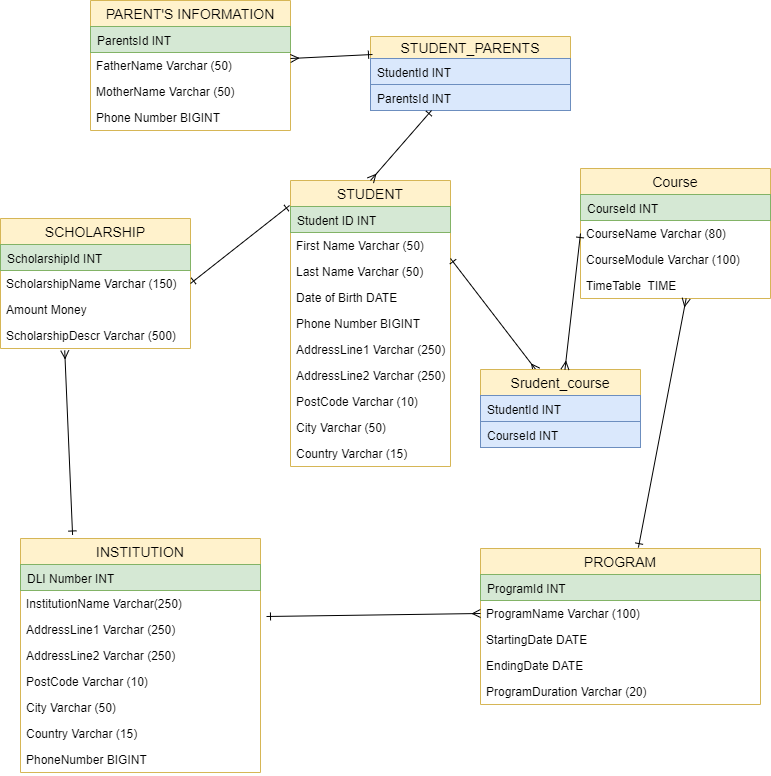
Above: OXYZEN_ERD.PNG.png in roman152375/Student_Record_oxyzen (draw.io), before the change. Source tidied: cells renumbered, new cells last; positions are measured from the earlier drawing's top-left corner, leaving out a move shared by most shapes.
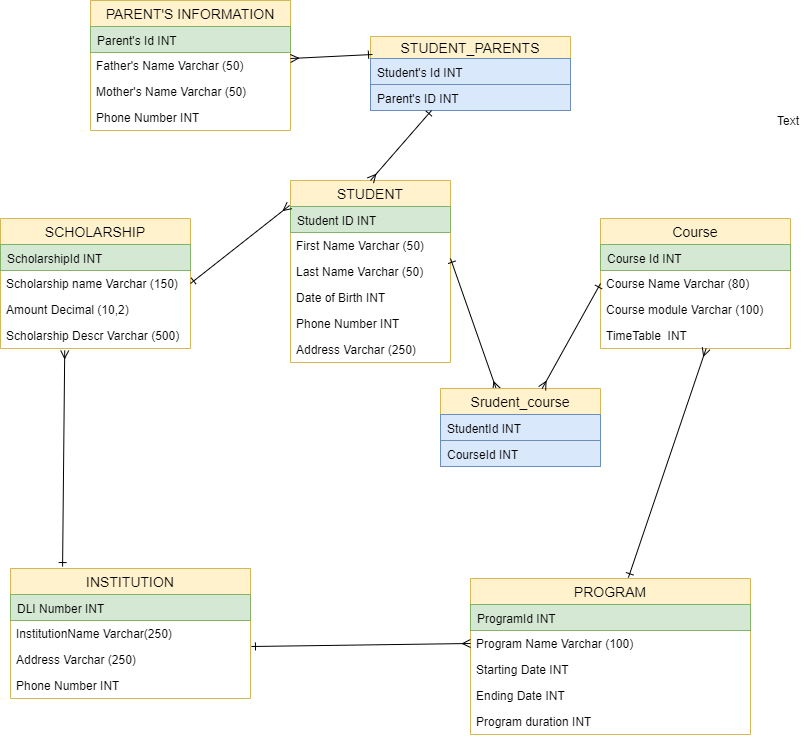
After the change.

Change to the diagram source:
```diff
@@ -3,7 +3,7 @@
     <mxCell id="0" />
     <mxCell id="1" parent="0" />
     <mxCell id="2" value="STUDENT" style="swimlane;fontStyle=0;horizontal=1;startSize=26;fillColor=#fff2cc;swimlaneFillColor=#ffffff;align=center;fontSize=14;strokeColor=#d6b656;" parent="1" vertex="1">
-      <mxGeometry x="290" y="180" width="160" height="286" as="geometry" />
+      <mxGeometry x="290" y="180" width="160" height="182" as="geometry" />
     </mxCell>
     <mxCell id="3" value="Student ID INT" style="text;strokeColor=#82b366;fillColor=#d5e8d4;spacingLeft=4;spacingRight=4;overflow=hidden;points=[[0,0.5],[1,0.5]];portConstraint=eastwest;fontSize=12;" parent="2" vertex="1">
       <mxGeometry y="26" width="160" height="26" as="geometry" />
@@ -14,29 +14,17 @@
     <mxCell id="5" value="Last Name Varchar (50)" style="text;strokeColor=none;fillColor=none;spacingLeft=4;spacingRight=4;overflow=hidden;fontSize=12;" parent="2" vertex="1">
       <mxGeometry y="78" width="160" height="26" as="geometry" />
     </mxCell>
-    <mxCell id="6" value="Date of Birth DATE" style="text;strokeColor=none;fillColor=none;spacingLeft=4;spacingRight=4;overflow=hidden;fontSize=12;" parent="2" vertex="1">
+    <mxCell id="6" value="Date of Birth INT" style="text;strokeColor=none;fillColor=none;spacingLeft=4;spacingRight=4;overflow=hidden;fontSize=12;" parent="2" vertex="1">
       <mxGeometry y="104" width="160" height="26" as="geometry" />
     </mxCell>
-    <mxCell id="7" value="Phone Number BIGINT" style="text;strokeColor=none;fillColor=none;spacingLeft=4;spacingRight=4;overflow=hidden;fontSize=12;" parent="2" vertex="1">
+    <mxCell id="7" value="Phone Number INT" style="text;strokeColor=none;fillColor=none;spacingLeft=4;spacingRight=4;overflow=hidden;fontSize=12;" parent="2" vertex="1">
       <mxGeometry y="130" width="160" height="26" as="geometry" />
     </mxCell>
-    <mxCell id="8" value="AddressLine1 Varchar (250) " style="text;strokeColor=none;fillColor=none;spacingLeft=4;spacingRight=4;overflow=hidden;fontSize=12;" parent="2" vertex="1">
+    <mxCell id="8" value="Address Varchar (250) " style="text;strokeColor=none;fillColor=none;spacingLeft=4;spacingRight=4;overflow=hidden;fontSize=12;" parent="2" vertex="1">
       <mxGeometry y="156" width="160" height="26" as="geometry" />
     </mxCell>
-    <mxCell id="9" value="AddressLine2 Varchar (250)" style="text;strokeColor=none;fillColor=none;spacingLeft=4;spacingRight=4;overflow=hidden;fontSize=12;" parent="2" vertex="1">
-      <mxGeometry y="182" width="160" height="26" as="geometry" />
-    </mxCell>
-    <mxCell id="10" value="PostCode Varchar (10)" style="text;strokeColor=none;fillColor=none;spacingLeft=4;spacingRight=4;overflow=hidden;fontSize=12;" parent="2" vertex="1">
-      <mxGeometry y="208" width="160" height="26" as="geometry" />
-    </mxCell>
-    <mxCell id="11" value="City Varchar (50)" style="text;strokeColor=none;fillColor=none;spacingLeft=4;spacingRight=4;overflow=hidden;fontSize=12;" parent="2" vertex="1">
-      <mxGeometry y="234" width="160" height="26" as="geometry" />
-    </mxCell>
-    <mxCell id="12" value="Country Varchar (15)" style="text;strokeColor=none;fillColor=none;spacingLeft=4;spacingRight=4;overflow=hidden;fontSize=12;" parent="2" vertex="1">
-      <mxGeometry y="260" width="160" height="26" as="geometry" />
-    </mxCell>
     <mxCell id="13" value="INSTITUTION" style="swimlane;fontStyle=0;horizontal=1;startSize=26;fillColor=#fff2cc;swimlaneFillColor=#ffffff;align=center;fontSize=14;strokeColor=#d6b656;" parent="1" vertex="1">
-      <mxGeometry x="20" y="538" width="240" height="234" as="geometry" />
+      <mxGeometry x="10" y="568" width="240" height="130" as="geometry" />
     </mxCell>
     <mxCell id="14" value="DLI Number INT" style="text;strokeColor=#82b366;fillColor=#d5e8d4;spacingLeft=4;spacingRight=4;overflow=hidden;fontSize=12;" parent="13" vertex="1">
       <mxGeometry y="26" width="240" height="26" as="geometry" />
@@ -44,70 +32,58 @@
     <mxCell id="15" value="InstitutionName Varchar(250)" style="text;strokeColor=none;fillColor=none;spacingLeft=4;spacingRight=4;overflow=hidden;points=[[0,0.5],[1,0.5]];portConstraint=eastwest;fontSize=12;" parent="13" vertex="1">
       <mxGeometry y="52" width="240" height="26" as="geometry" />
     </mxCell>
-    <mxCell id="16" value="AddressLine1 Varchar (250)" style="text;strokeColor=none;fillColor=none;spacingLeft=4;spacingRight=4;overflow=hidden;fontSize=12;" parent="13" vertex="1">
-      <mxGeometry y="78" width="240" height="26" as="geometry" />
-    </mxCell>
-    <mxCell id="17" value="AddressLine2 Varchar (250)" style="text;strokeColor=none;fillColor=none;spacingLeft=4;spacingRight=4;overflow=hidden;fontSize=12;" parent="13" vertex="1">
-      <mxGeometry y="104" width="240" height="26" as="geometry" />
+    <mxCell id="17" value="Address Varchar (250)" style="text;strokeColor=none;fillColor=none;spacingLeft=4;spacingRight=4;overflow=hidden;fontSize=12;" parent="13" vertex="1">
+      <mxGeometry y="78" width="240" height="26" as="geometry" />
     </mxCell>
-    <mxCell id="18" value="PostCode Varchar (10)" style="text;strokeColor=none;fillColor=none;spacingLeft=4;spacingRight=4;overflow=hidden;fontSize=12;" parent="13" vertex="1">
-      <mxGeometry y="130" width="240" height="26" as="geometry" />
-    </mxCell>
-    <mxCell id="19" value="City Varchar (50)" style="text;strokeColor=none;fillColor=none;spacingLeft=4;spacingRight=4;overflow=hidden;fontSize=12;" parent="13" vertex="1">
-      <mxGeometry y="156" width="240" height="26" as="geometry" />
-    </mxCell>
-    <mxCell id="20" value="Country Varchar (15)" style="text;strokeColor=none;fillColor=none;spacingLeft=4;spacingRight=4;overflow=hidden;fontSize=12;" parent="13" vertex="1">
-      <mxGeometry y="182" width="240" height="26" as="geometry" />
-    </mxCell>
-    <mxCell id="21" value="PhoneNumber BIGINT" style="text;strokeColor=none;fillColor=none;spacingLeft=4;spacingRight=4;overflow=hidden;fontSize=12;" parent="13" vertex="1">
-      <mxGeometry y="208" width="240" height="26" as="geometry" />
+    <mxCell id="21" value="Phone Number INT" style="text;strokeColor=none;fillColor=none;spacingLeft=4;spacingRight=4;overflow=hidden;fontSize=12;" parent="13" vertex="1">
+      <mxGeometry y="104" width="240" height="26" as="geometry" />
     </mxCell>
     <mxCell id="22" value="Course" style="swimlane;fontStyle=0;horizontal=1;startSize=26;fillColor=#fff2cc;swimlaneFillColor=#ffffff;align=center;fontSize=14;strokeColor=#d6b656;" parent="1" vertex="1">
-      <mxGeometry x="580" y="168" width="190" height="130" as="geometry" />
+      <mxGeometry x="600" y="218" width="190" height="130" as="geometry" />
     </mxCell>
-    <mxCell id="23" value="CourseId INT" style="text;strokeColor=#82b366;fillColor=#d5e8d4;spacingLeft=4;spacingRight=4;overflow=hidden;fontSize=12;" parent="22" vertex="1">
+    <mxCell id="23" value="Course Id INT" style="text;strokeColor=#82b366;fillColor=#d5e8d4;spacingLeft=4;spacingRight=4;overflow=hidden;fontSize=12;" parent="22" vertex="1">
       <mxGeometry y="26" width="190" height="26" as="geometry" />
     </mxCell>
-    <mxCell id="24" value="CourseName Varchar (80)" style="text;strokeColor=none;fillColor=none;spacingLeft=4;spacingRight=4;overflow=hidden;points=[[0,0.5],[1,0.5]];portConstraint=eastwest;fontSize=12;" parent="22" vertex="1">
+    <mxCell id="24" value="Course Name Varchar (80)" style="text;strokeColor=none;fillColor=none;spacingLeft=4;spacingRight=4;overflow=hidden;points=[[0,0.5],[1,0.5]];portConstraint=eastwest;fontSize=12;" parent="22" vertex="1">
       <mxGeometry y="52" width="190" height="26" as="geometry" />
     </mxCell>
-    <mxCell id="25" value="CourseModule Varchar (100)" style="text;strokeColor=none;fillColor=none;spacingLeft=4;spacingRight=4;overflow=hidden;fontSize=12;" parent="22" vertex="1">
+    <mxCell id="25" value="Course module Varchar (100)" style="text;strokeColor=none;fillColor=none;spacingLeft=4;spacingRight=4;overflow=hidden;fontSize=12;" parent="22" vertex="1">
       <mxGeometry y="78" width="190" height="26" as="geometry" />
     </mxCell>
-    <mxCell id="26" value="TimeTable  TIME" style="text;strokeColor=none;fillColor=none;spacingLeft=4;spacingRight=4;overflow=hidden;points=[[0,0.5],[1,0.5]];portConstraint=eastwest;fontSize=12;" parent="22" vertex="1">
+    <mxCell id="26" value="TimeTable  INT" style="text;strokeColor=none;fillColor=none;spacingLeft=4;spacingRight=4;overflow=hidden;points=[[0,0.5],[1,0.5]];portConstraint=eastwest;fontSize=12;" parent="22" vertex="1">
       <mxGeometry y="104" width="190" height="26" as="geometry" />
     </mxCell>
     <mxCell id="27" value="PROGRAM" style="swimlane;fontStyle=0;horizontal=1;startSize=26;fillColor=#fff2cc;swimlaneFillColor=#ffffff;align=center;fontSize=14;strokeColor=#d6b656;" parent="1" vertex="1">
-      <mxGeometry x="480" y="548" width="280" height="156" as="geometry" />
+      <mxGeometry x="470" y="578" width="280" height="156" as="geometry" />
     </mxCell>
     <mxCell id="28" value="ProgramId INT " style="text;strokeColor=#82b366;fillColor=#d5e8d4;spacingLeft=4;spacingRight=4;overflow=hidden;fontSize=12;" parent="27" vertex="1">
       <mxGeometry y="26" width="280" height="26" as="geometry" />
     </mxCell>
-    <mxCell id="29" value="ProgramName Varchar (100)" style="text;strokeColor=none;fillColor=none;spacingLeft=4;spacingRight=4;overflow=hidden;points=[[0,0.5],[1,0.5]];portConstraint=eastwest;fontSize=12;" parent="27" vertex="1">
+    <mxCell id="29" value="Program Name Varchar (100)" style="text;strokeColor=none;fillColor=none;spacingLeft=4;spacingRight=4;overflow=hidden;points=[[0,0.5],[1,0.5]];portConstraint=eastwest;fontSize=12;" parent="27" vertex="1">
       <mxGeometry y="52" width="280" height="26" as="geometry" />
     </mxCell>
-    <mxCell id="30" value="StartingDate DATE" style="text;strokeColor=none;fillColor=none;spacingLeft=4;spacingRight=4;overflow=hidden;fontSize=12;" parent="27" vertex="1">
+    <mxCell id="30" value="Starting Date INT" style="text;strokeColor=none;fillColor=none;spacingLeft=4;spacingRight=4;overflow=hidden;fontSize=12;" parent="27" vertex="1">
       <mxGeometry y="78" width="280" height="26" as="geometry" />
     </mxCell>
-    <mxCell id="31" value="EndingDate DATE" style="text;strokeColor=none;fillColor=none;spacingLeft=4;spacingRight=4;overflow=hidden;fontSize=12;" parent="27" vertex="1">
+    <mxCell id="31" value="Ending Date INT" style="text;strokeColor=none;fillColor=none;spacingLeft=4;spacingRight=4;overflow=hidden;fontSize=12;" parent="27" vertex="1">
       <mxGeometry y="104" width="280" height="26" as="geometry" />
     </mxCell>
-    <mxCell id="32" value="ProgramDuration Varchar (20)" style="text;strokeColor=none;fillColor=none;spacingLeft=4;spacingRight=4;overflow=hidden;fontSize=12;" parent="27" vertex="1">
+    <mxCell id="32" value="Program duration INT" style="text;strokeColor=none;fillColor=none;spacingLeft=4;spacingRight=4;overflow=hidden;fontSize=12;" parent="27" vertex="1">
       <mxGeometry y="130" width="280" height="26" as="geometry" />
     </mxCell>
     <mxCell id="33" value="PARENT'S INFORMATION" style="swimlane;fontStyle=0;horizontal=1;startSize=26;fillColor=#fff2cc;swimlaneFillColor=#ffffff;align=center;fontSize=14;strokeColor=#d6b656;" parent="1" vertex="1">
       <mxGeometry x="90" width="200" height="130" as="geometry" />
     </mxCell>
-    <mxCell id="34" value="ParentsId INT" style="text;strokeColor=#82b366;fillColor=#d5e8d4;spacingLeft=4;spacingRight=4;overflow=hidden;fontSize=12;" parent="33" vertex="1">
+    <mxCell id="34" value="Parent's Id INT" style="text;strokeColor=#82b366;fillColor=#d5e8d4;spacingLeft=4;spacingRight=4;overflow=hidden;fontSize=12;" parent="33" vertex="1">
       <mxGeometry y="26" width="200" height="26" as="geometry" />
     </mxCell>
-    <mxCell id="35" value="FatherName Varchar (50)" style="text;strokeColor=none;fillColor=none;spacingLeft=4;spacingRight=4;overflow=hidden;fontSize=12;" parent="33" vertex="1">
+    <mxCell id="35" value="Father's Name Varchar (50)" style="text;strokeColor=none;fillColor=none;spacingLeft=4;spacingRight=4;overflow=hidden;fontSize=12;" parent="33" vertex="1">
       <mxGeometry y="52" width="200" height="26" as="geometry" />
     </mxCell>
-    <mxCell id="36" value="MotherName Varchar (50)" style="text;strokeColor=none;fillColor=none;spacingLeft=4;spacingRight=4;overflow=hidden;fontSize=12;" parent="33" vertex="1">
+    <mxCell id="36" value="Mother's Name Varchar (50)" style="text;strokeColor=none;fillColor=none;spacingLeft=4;spacingRight=4;overflow=hidden;fontSize=12;" parent="33" vertex="1">
       <mxGeometry y="78" width="200" height="26" as="geometry" />
     </mxCell>
-    <mxCell id="37" value="Phone Number BIGINT" style="text;strokeColor=none;fillColor=none;spacingLeft=4;spacingRight=4;overflow=hidden;fontSize=12;" parent="33" vertex="1">
+    <mxCell id="37" value="Phone Number INT" style="text;strokeColor=none;fillColor=none;spacingLeft=4;spacingRight=4;overflow=hidden;fontSize=12;" parent="33" vertex="1">
       <mxGeometry y="104" width="200" height="26" as="geometry" />
     </mxCell>
     <mxCell id="38" value="SCHOLARSHIP" style="swimlane;fontStyle=0;horizontal=1;startSize=26;fillColor=#fff2cc;swimlaneFillColor=#ffffff;align=center;fontSize=14;strokeColor=#d6b656;" parent="1" vertex="1">
@@ -116,13 +92,13 @@
     <mxCell id="39" value="ScholarshipId INT" style="text;strokeColor=#82b366;fillColor=#d5e8d4;spacingLeft=4;spacingRight=4;overflow=hidden;fontSize=12;" parent="38" vertex="1">
       <mxGeometry y="26" width="190" height="26" as="geometry" />
     </mxCell>
-    <mxCell id="40" value="ScholarshipName Varchar (150)" style="text;strokeColor=none;fillColor=none;spacingLeft=4;spacingRight=4;overflow=hidden;points=[[0,0.5],[1,0.5]];portConstraint=eastwest;fontSize=12;" parent="38" vertex="1">
+    <mxCell id="40" value="Scholarship name Varchar (150)" style="text;strokeColor=none;fillColor=none;spacingLeft=4;spacingRight=4;overflow=hidden;points=[[0,0.5],[1,0.5]];portConstraint=eastwest;fontSize=12;" parent="38" vertex="1">
       <mxGeometry y="52" width="190" height="26" as="geometry" />
     </mxCell>
-    <mxCell id="41" value="Amount Money" style="text;strokeColor=none;fillColor=none;spacingLeft=4;spacingRight=4;overflow=hidden;fontSize=12;" parent="38" vertex="1">
+    <mxCell id="41" value="Amount Decimal (10,2)" style="text;strokeColor=none;fillColor=none;spacingLeft=4;spacingRight=4;overflow=hidden;fontSize=12;" parent="38" vertex="1">
       <mxGeometry y="78" width="190" height="26" as="geometry" />
     </mxCell>
-    <mxCell id="42" value="ScholarshipDescr Varchar (500)" style="text;strokeColor=none;fillColor=none;spacingLeft=4;spacingRight=4;overflow=hidden;points=[[0,0.5],[1,0.5]];portConstraint=eastwest;fontSize=12;" parent="38" vertex="1">
+    <mxCell id="42" value="Scholarship Descr Varchar (500)" style="text;strokeColor=none;fillColor=none;spacingLeft=4;spacingRight=4;overflow=hidden;points=[[0,0.5],[1,0.5]];portConstraint=eastwest;fontSize=12;" parent="38" vertex="1">
       <mxGeometry y="104" width="190" height="26" as="geometry" />
     </mxCell>
     <mxCell id="43" style="endArrow=ERmany;html=1;rounded=0;entryX=0.35;entryY=0.013;entryDx=0;entryDy=0;endFill=0;startArrow=ERone;startFill=0;entryPerimeter=0;" parent="1" edge="1" target="52">
@@ -130,7 +106,7 @@
         <mxPoint x="450" y="258" as="sourcePoint" />
       </mxGeometry>
     </mxCell>
-    <mxCell id="44" style="endArrow=ERmany;html=1;rounded=0;entryX=0;entryY=0.5;entryDx=0;entryDy=0;endFill=0;startArrow=ERone;startFill=0;exitX=1.025;exitY=1;exitDx=0;exitDy=0;exitPerimeter=0;" parent="1" edge="1" source="15" target="29">
+    <mxCell id="44" style="endArrow=ERmany;html=1;rounded=0;entryX=0;entryY=0.5;entryDx=0;entryDy=0;endFill=0;startArrow=ERone;startFill=0;exitX=1.004;exitY=1;exitDx=0;exitDy=0;exitPerimeter=0;" parent="1" edge="1" source="15" target="29">
       <mxGeometry relative="1" as="geometry" />
     </mxCell>
     <mxCell id="45" style="endArrow=ERmany;html=1;rounded=0;entryX=0.556;entryY=1;entryDx=0;entryDy=0;entryPerimeter=0;exitX=0.564;exitY=-0.006;exitDx=0;exitDy=0;endFill=0;startArrow=ERone;startFill=0;exitPerimeter=0;" parent="1" edge="1" source="27" target="26">
@@ -139,23 +115,26 @@
     <mxCell id="46" style="endArrow=ERone;html=1;rounded=0;exitX=0.338;exitY=1.077;exitDx=0;exitDy=0;exitPerimeter=0;endFill=0;startArrow=ERmany;startFill=0;entryX=0.217;entryY=-0.015;entryDx=0;entryDy=0;entryPerimeter=0;" parent="1" edge="1" source="42" target="13">
       <mxGeometry relative="1" as="geometry" />
     </mxCell>
-    <mxCell id="47" style="endArrow=ERone;html=1;rounded=0;entryX=-0.006;entryY=-0.038;entryDx=0;entryDy=0;entryPerimeter=0;endFill=0;startArrow=ERone;startFill=0;exitX=1;exitY=0.5;exitDx=0;exitDy=0;" parent="1" edge="1" source="40" target="3">
+    <mxCell id="47" style="endArrow=ERmany;html=1;rounded=0;entryX=-0.006;entryY=-0.038;entryDx=0;entryDy=0;entryPerimeter=0;endFill=0;startArrow=ERone;startFill=0;exitX=1;exitY=0.5;exitDx=0;exitDy=0;" parent="1" edge="1" source="40" target="3">
       <mxGeometry relative="1" as="geometry" />
     </mxCell>
     <mxCell id="48" value="STUDENT_PARENTS" style="swimlane;fontStyle=0;horizontal=1;startSize=22;fillColor=#fff2cc;swimlaneFillColor=#ffffff;align=center;fontSize=14;strokeColor=#d6b656;" parent="1" vertex="1">
       <mxGeometry x="370" y="36" width="200" height="74" as="geometry" />
     </mxCell>
-    <mxCell id="49" value="StudentId INT" style="text;strokeColor=#6c8ebf;fillColor=#dae8fc;spacingLeft=4;spacingRight=4;overflow=hidden;points=[[0,0.5],[1,0.5]];portConstraint=eastwest;fontSize=12;" parent="48" vertex="1">
+    <mxCell id="49" value="Student's Id INT" style="text;strokeColor=#6c8ebf;fillColor=#dae8fc;spacingLeft=4;spacingRight=4;overflow=hidden;points=[[0,0.5],[1,0.5]];portConstraint=eastwest;fontSize=12;" parent="48" vertex="1">
       <mxGeometry y="22" width="200" height="26" as="geometry" />
     </mxCell>
-    <mxCell id="50" value="ParentsId INT" style="text;strokeColor=#6c8ebf;fillColor=#dae8fc;spacingLeft=4;spacingRight=4;overflow=hidden;points=[[0,0.5],[1,0.5]];portConstraint=eastwest;fontSize=12;" parent="48" vertex="1">
+    <mxCell id="50" value="Parent's ID INT" style="text;strokeColor=#6c8ebf;fillColor=#dae8fc;spacingLeft=4;spacingRight=4;overflow=hidden;points=[[0,0.5],[1,0.5]];portConstraint=eastwest;fontSize=12;" parent="48" vertex="1">
       <mxGeometry y="48" width="200" height="26" as="geometry" />
     </mxCell>
+    <mxCell id="57" value="Text" style="text;html=1;align=center;verticalAlign=middle;" parent="1" vertex="1">
+      <mxGeometry x="768" y="110" width="40" height="20" as="geometry" />
+    </mxCell>
     <mxCell id="51" style="endArrow=ERone;html=1;rounded=0;exitX=0.5;exitY=0;exitDx=0;exitDy=0;entryX=0.305;entryY=1;entryDx=0;entryDy=0;entryPerimeter=0;startArrow=ERmany;startFill=0;endFill=0;" parent="1" edge="1" source="2" target="50">
       <mxGeometry relative="1" as="geometry" />
     </mxCell>
     <mxCell id="52" value="Srudent_course" style="swimlane;fontStyle=0;horizontal=1;startSize=26;fillColor=#fff2cc;swimlaneFillColor=#ffffff;align=center;fontSize=14;strokeColor=#d6b656;" parent="1" vertex="1">
-      <mxGeometry x="480" y="369" width="160" height="78" as="geometry" />
+      <mxGeometry x="440" y="388" width="160" height="78" as="geometry" />
     </mxCell>
     <mxCell id="53" value="StudentId INT" style="text;strokeColor=#6c8ebf;fillColor=#dae8fc;spacingLeft=4;spacingRight=4;overflow=hidden;fontSize=12;" parent="52" vertex="1">
       <mxGeometry y="26" width="160" height="26" as="geometry" />
```
